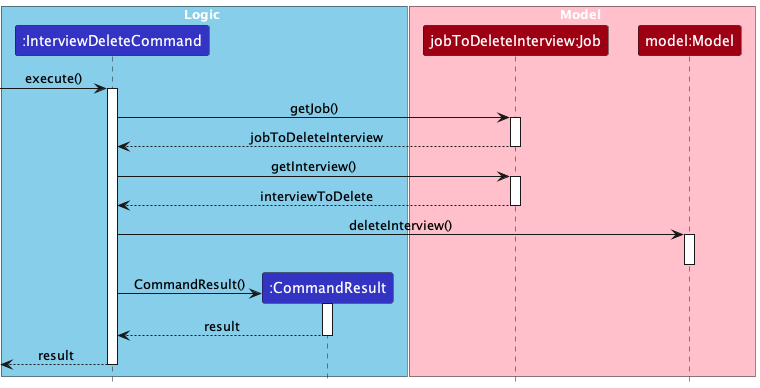
Above: docs/images/developer-guide/InterviewDeleteCommandSequenceDiagram.png in nus-cs2103-AY2324S1/tp (PlantUML), before the change.
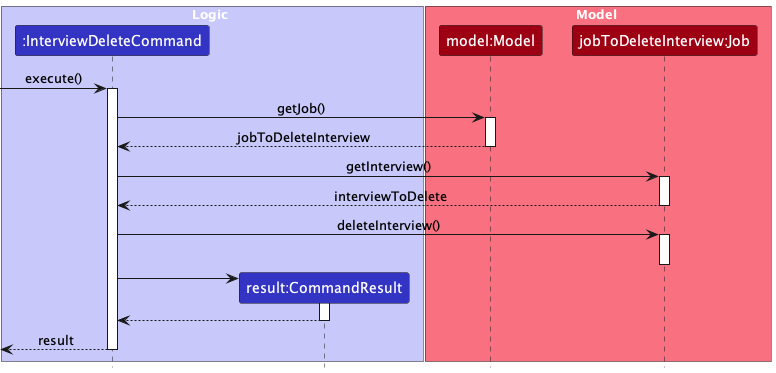
After the change.

The edit, as a diff of the source:
```diff
@@ -2,29 +2,29 @@
 !include ../style.puml
 skinparam ArrowFontStyle plain
 
-box Logic #skyblue
+box Logic LOGIC_COLOR_T1
 Participant ":InterviewDeleteCommand" as idc LOGIC_COLOR
-Participant ":CommandResult" as cr LOGIC_COLOR
+Participant "result:CommandResult" as cr LOGIC_COLOR
 end box
 
-box Model #pink
+box Model MODEL_COLOR_T1
+Participant "model:Model" as m MODEL_COLOR
 Participant "jobToDeleteInterview:Job" as j MODEL_COLOR
-Participant "model:Model" as m MODEL_COLOR
 end box
 
 [-> idc ++: execute()
-idc -> j ++: getJob()
-j --> idc--: jobToDeleteInterview
+idc -> m ++: getJob()
+m --> idc--: jobToDeleteInterview
 
 idc -> j ++: getInterview()
 j --> idc--: interviewToDelete
 
-idc -> m ++: deleteInterview()
-deactivate m
+idc -> j ++: deleteInterview()
+deactivate j
 
 create cr
-idc -> cr ++: CommandResult()
-cr -->idc --: result
+idc -> cr ++
+cr -->idc --
 idc -->[ --: result
 
 @enduml
```
